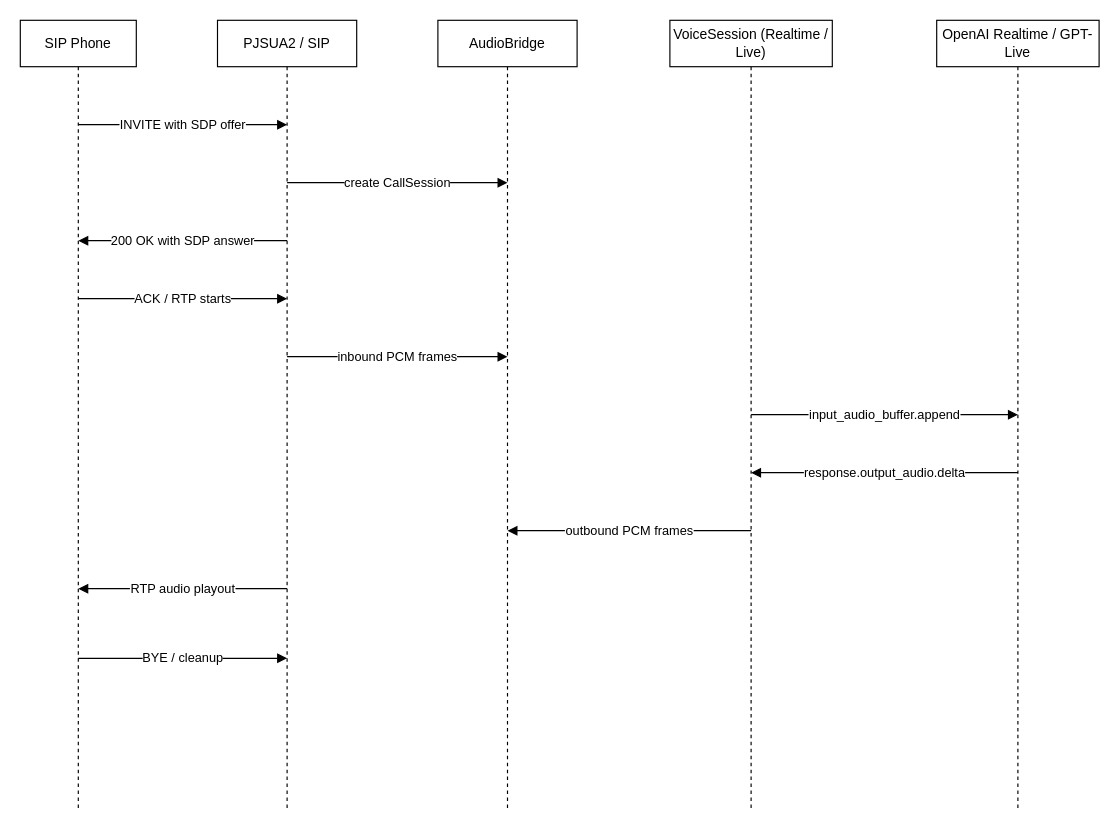
Before: page "Call Flow Sequence" (2 of 7) of docs/diagrams/telephony-openai-gw-design.drawio in keimei-yoritaka/telephony-openai-gw, a draw.io diagram. Source tidied: cells renumbered, new cells numbered last; positions are measured from the earlier drawing's top-left corner, leaving out a move shared by most shapes. Both pictures are drawn from the tidied source at 116%, with x=0, y=0 at pixel (20, 20).
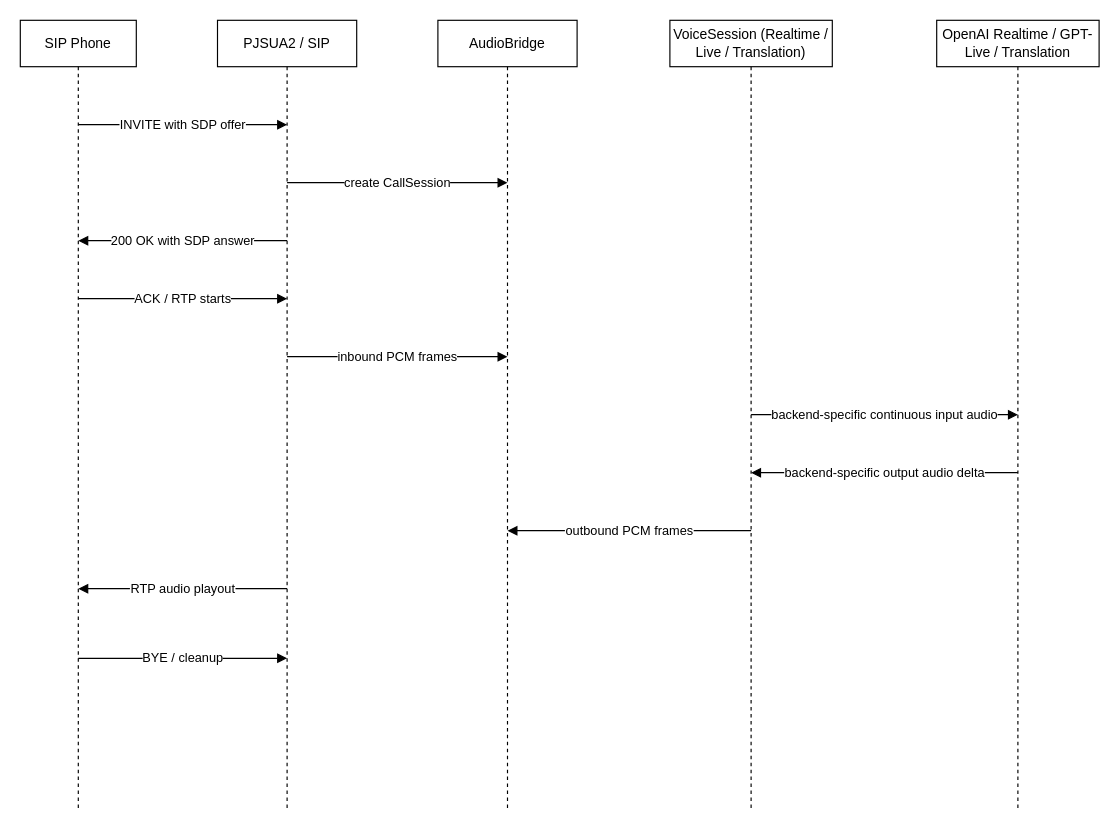
The same diagram, later.

The edit, as a diff of the source:
```diff
@@
-    <mxCell id="5" value="VoiceSession (Realtime / Live)" style="shape=umlLifeline;perimeter=lifelinePerimeter;whiteSpace=wrap;html=1;" parent="1" vertex="1">
+    <mxCell id="5" value="VoiceSession (Realtime / Live / Translation)" style="shape=umlLifeline;perimeter=lifelinePerimeter;whiteSpace=wrap;html=1;" parent="1" vertex="1">
       <mxGeometry x="560" width="140" height="680" as="geometry" />
     </mxCell>
-    <mxCell id="6" value="OpenAI Realtime / GPT-Live" style="shape=umlLifeline;perimeter=lifelinePerimeter;whiteSpace=wrap;html=1;" parent="1" vertex="1">
+    <mxCell id="6" value="OpenAI Realtime / GPT-Live / Translation" style="shape=umlLifeline;perimeter=lifelinePerimeter;whiteSpace=wrap;html=1;" parent="1" vertex="1">
       <mxGeometry x="790" width="140" height="680" as="geometry" />
     </mxCell>
@@
-    <mxCell id="12" value="input_audio_buffer.append" style="endArrow=block;html=1;" parent="1" edge="1">
+    <mxCell id="12" value="backend-specific continuous input audio" style="endArrow=block;html=1;" parent="1" edge="1">
       <mxGeometry relative="1" as="geometry">
         <mxPoint x="630" y="340" as="sourcePoint" />
         <mxPoint x="860" y="340" as="targetPoint" />
       </mxGeometry>
     </mxCell>
-    <mxCell id="13" value="response.output_audio.delta" style="endArrow=block;html=1;" parent="1" edge="1">
+    <mxCell id="13" value="backend-specific output audio delta" style="endArrow=block;html=1;" parent="1" edge="1">
       <mxGeometry relative="1" as="geometry">
         <mxPoint x="860" y="390" as="sourcePoint" />
         <mxPoint x="630" y="390" as="targetPoint" />
       </mxGeometry>
     </mxCell>
```
